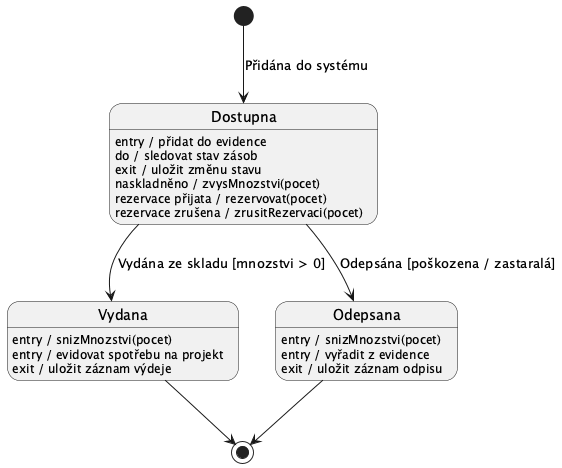
lkvapil/kOdevzdaniProjektWMS keeps this PlantUML diagram as docs/images/10_state_soucastka_projekt.png. Above is the earlier version.
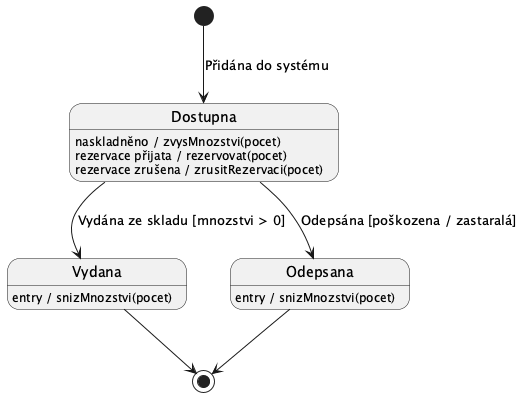
The same diagram one commit later.

What changed in the source:
```diff
@@ -4,9 +4,6 @@
 
 [*] --> Dostupna : Přidána do systému
 
-Dostupna : entry / přidat do evidence
-Dostupna : do / sledovat stav zásob
-Dostupna : exit / uložit změnu stavu
 Dostupna : naskladněno / zvysMnozstvi(pocet)
 Dostupna : rezervace přijata / rezervovat(pocet)
 Dostupna : rezervace zrušena / zrusitRezervaci(pocet)
@@ -14,13 +11,9 @@
 Dostupna --> Odepsana : Odepsána [poškozena / zastaralá]
 
 Vydana : entry / snizMnozstvi(pocet)
-Vydana : entry / evidovat spotřebu na projekt
-Vydana : exit / uložit záznam výdeje
 Vydana --> [*]
 
 Odepsana : entry / snizMnozstvi(pocet)
-Odepsana : entry / vyřadit z evidence
-Odepsana : exit / uložit záznam odpisu
 Odepsana --> [*]
 
 @enduml
```
